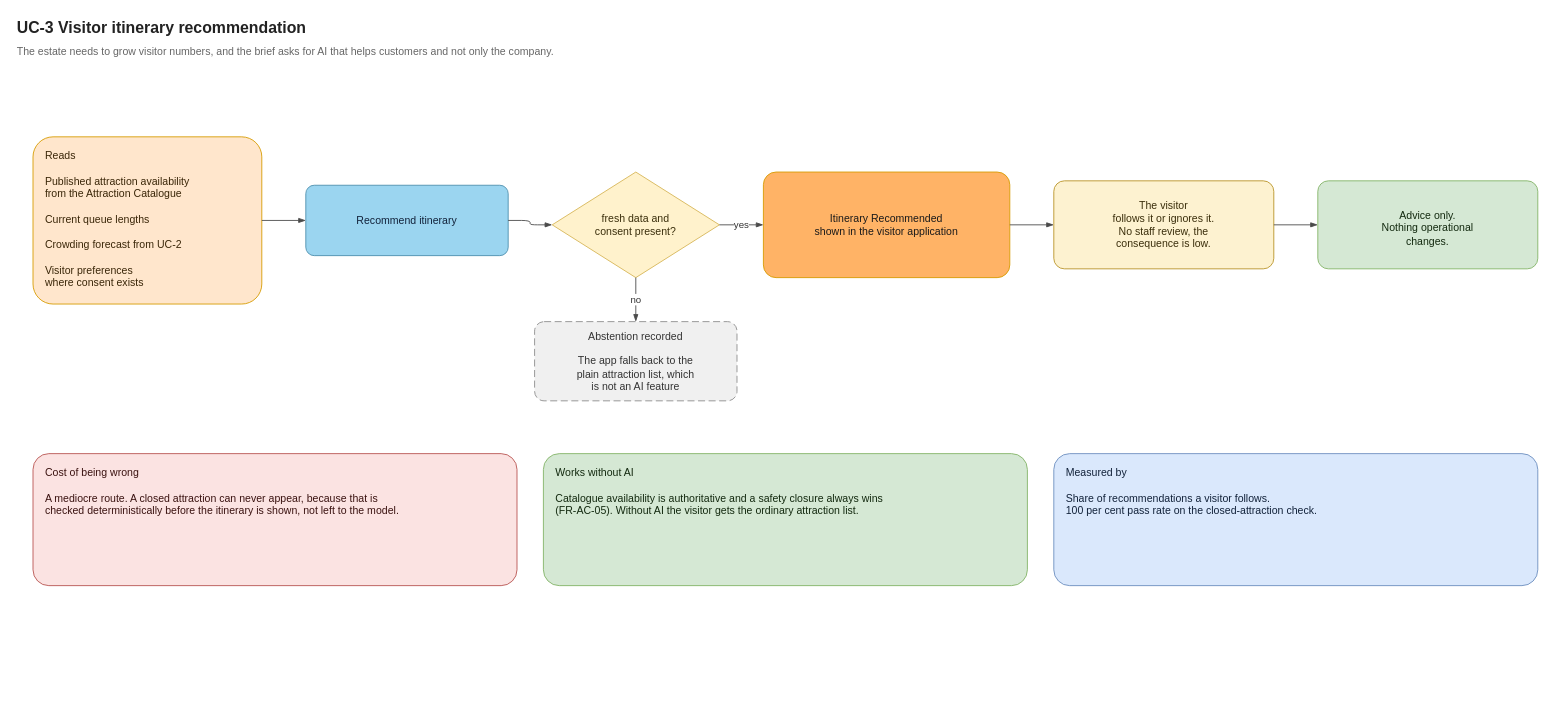
This is page "UC-3 Visitor itinerary" (4 of 4) of diagrams/ai-decision-support.drawio from malloc37/ByteDojoArchiKata2026, a draw.io file, before an edit. Source tidied: cells renumbered, new cells numbered last; positions are measured from the earlier drawing's top-left corner, leaving out a move shared by most shapes. Both pictures are drawn from the tidied source at 88%, with x=0, y=0 at pixel (15, 15).
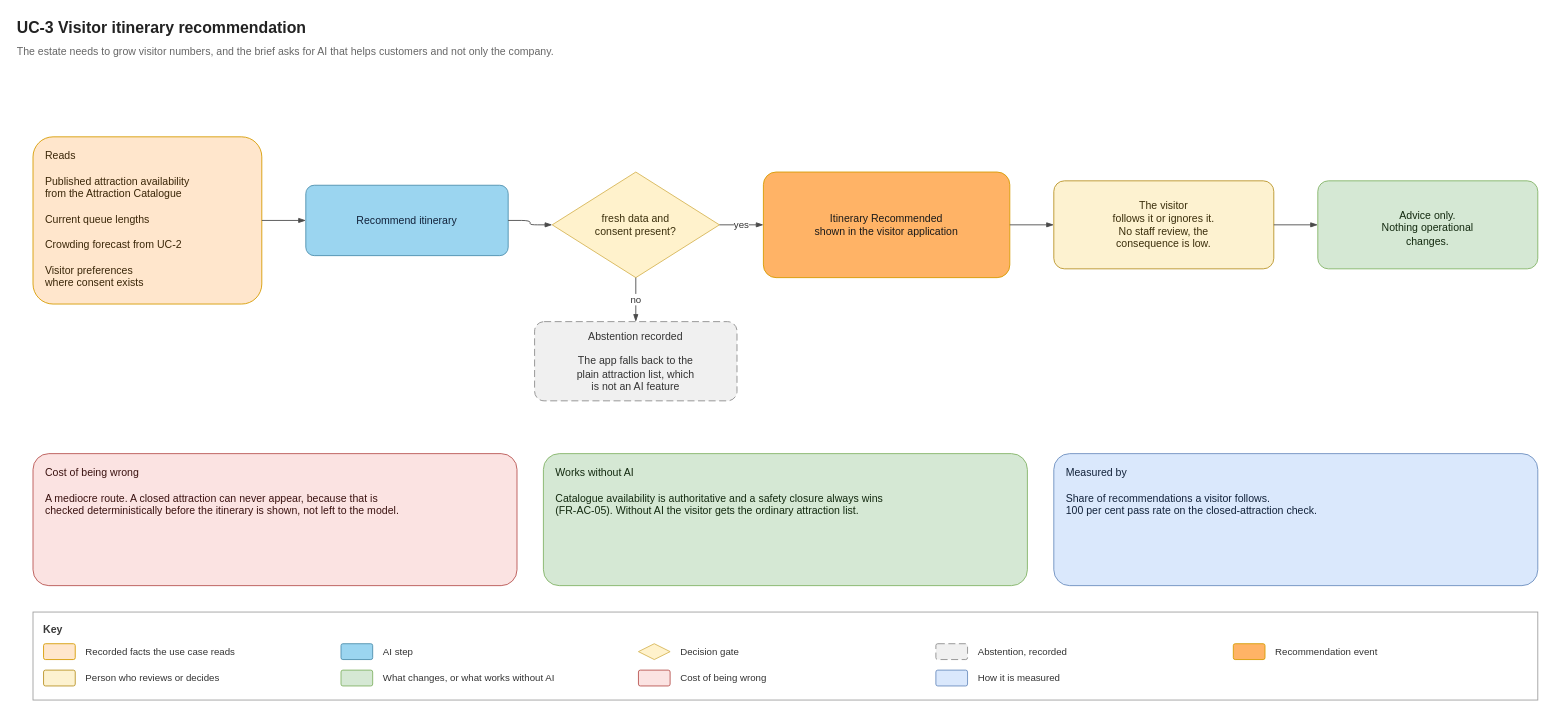
The same page after the edit.

Change to the diagram source:
```diff
@@
+    <mxCell id="20" value="Key" style="rounded=0;whiteSpace=wrap;html=1;fillColor=#FFFFFF;strokeColor=#9E9E9E;fontColor=#3A3A3A;align=left;verticalAlign=top;fontSize=12;fontStyle=1;spacingLeft=10;spacingTop=6;" parent="1" vertex="1">
+      <mxGeometry x="20" y="678" width="1710" height="100" as="geometry" />
+    </mxCell>
+    <mxCell id="21" style="rounded=1;whiteSpace=wrap;html=1;arcSize=12;fillColor=#FFE6CC;strokeColor=#D79B00;" parent="1" vertex="1">
+      <mxGeometry x="32" y="714" width="36" height="18" as="geometry" />
+    </mxCell>
+    <mxCell id="22" value="Recorded facts the use case reads" style="text;html=1;align=left;verticalAlign=middle;fontSize=11;fontColor=#333333;whiteSpace=wrap;" parent="1" vertex="1">
+      <mxGeometry x="78" y="710" width="284" height="26" as="geometry" />
+    </mxCell>
+    <mxCell id="23" style="rounded=1;whiteSpace=wrap;html=1;arcSize=12;fillColor=#9BD5F0;strokeColor=#4D8FAD;" parent="1" vertex="1">
+      <mxGeometry x="370" y="714" width="36" height="18" as="geometry" />
+    </mxCell>
+    <mxCell id="24" value="AI step" style="text;html=1;align=left;verticalAlign=middle;fontSize=11;fontColor=#333333;whiteSpace=wrap;" parent="1" vertex="1">
+      <mxGeometry x="416" y="710" width="284" height="26" as="geometry" />
+    </mxCell>
+    <mxCell id="25" style="rhombus;whiteSpace=wrap;html=1;fillColor=#FFF2CC;strokeColor=#D6B656;" parent="1" vertex="1">
+      <mxGeometry x="708" y="714" width="36" height="18" as="geometry" />
+    </mxCell>
+    <mxCell id="26" value="Decision gate" style="text;html=1;align=left;verticalAlign=middle;fontSize=11;fontColor=#333333;whiteSpace=wrap;" parent="1" vertex="1">
+      <mxGeometry x="754" y="710" width="284" height="26" as="geometry" />
+    </mxCell>
+    <mxCell id="27" style="rounded=1;whiteSpace=wrap;html=1;arcSize=12;fillColor=#F0F0F0;strokeColor=#8C8C8C;dashed=1;dashPattern=8 4;" parent="1" vertex="1">
+      <mxGeometry x="1046" y="714" width="36" height="18" as="geometry" />
+    </mxCell>
+    <mxCell id="28" value="Abstention, recorded" style="text;html=1;align=left;verticalAlign=middle;fontSize=11;fontColor=#333333;whiteSpace=wrap;" parent="1" vertex="1">
+      <mxGeometry x="1092" y="710" width="284" height="26" as="geometry" />
+    </mxCell>
+    <mxCell id="29" style="rounded=1;whiteSpace=wrap;html=1;arcSize=12;fillColor=#FFB366;strokeColor=#D79B00;" parent="1" vertex="1">
+      <mxGeometry x="1384" y="714" width="36" height="18" as="geometry" />
+    </mxCell>
+    <mxCell id="30" value="Recommendation event" style="text;html=1;align=left;verticalAlign=middle;fontSize=11;fontColor=#333333;whiteSpace=wrap;" parent="1" vertex="1">
+      <mxGeometry x="1430" y="710" width="284" height="26" as="geometry" />
+    </mxCell>
+    <mxCell id="31" style="rounded=1;whiteSpace=wrap;html=1;arcSize=12;fillColor=#FDF2D0;strokeColor=#B99326;" parent="1" vertex="1">
+      <mxGeometry x="32" y="744" width="36" height="18" as="geometry" />
+    </mxCell>
+    <mxCell id="32" value="Person who reviews or decides" style="text;html=1;align=left;verticalAlign=middle;fontSize=11;fontColor=#333333;whiteSpace=wrap;" parent="1" vertex="1">
+      <mxGeometry x="78" y="740" width="284" height="26" as="geometry" />
+    </mxCell>
+    <mxCell id="33" style="rounded=1;whiteSpace=wrap;html=1;arcSize=12;fillColor=#D5E8D4;strokeColor=#82B366;" parent="1" vertex="1">
+      <mxGeometry x="370" y="744" width="36" height="18" as="geometry" />
+    </mxCell>
+    <mxCell id="34" value="What changes, or what works without AI" style="text;html=1;align=left;verticalAlign=middle;fontSize=11;fontColor=#333333;whiteSpace=wrap;" parent="1" vertex="1">
+      <mxGeometry x="416" y="740" width="284" height="26" as="geometry" />
+    </mxCell>
+    <mxCell id="35" style="rounded=1;whiteSpace=wrap;html=1;arcSize=12;fillColor=#FBE3E2;strokeColor=#B85450;" parent="1" vertex="1">
+      <mxGeometry x="708" y="744" width="36" height="18" as="geometry" />
+    </mxCell>
+    <mxCell id="36" value="Cost of being wrong" style="text;html=1;align=left;verticalAlign=middle;fontSize=11;fontColor=#333333;whiteSpace=wrap;" parent="1" vertex="1">
+      <mxGeometry x="754" y="740" width="284" height="26" as="geometry" />
+    </mxCell>
+    <mxCell id="37" style="rounded=1;whiteSpace=wrap;html=1;arcSize=12;fillColor=#DAE8FC;strokeColor=#6C8EBF;" parent="1" vertex="1">
+      <mxGeometry x="1046" y="744" width="36" height="18" as="geometry" />
+    </mxCell>
+    <mxCell id="38" value="How it is measured" style="text;html=1;align=left;verticalAlign=middle;fontSize=11;fontColor=#333333;whiteSpace=wrap;" parent="1" vertex="1">
+      <mxGeometry x="1092" y="740" width="284" height="26" as="geometry" />
+    </mxCell>
```
